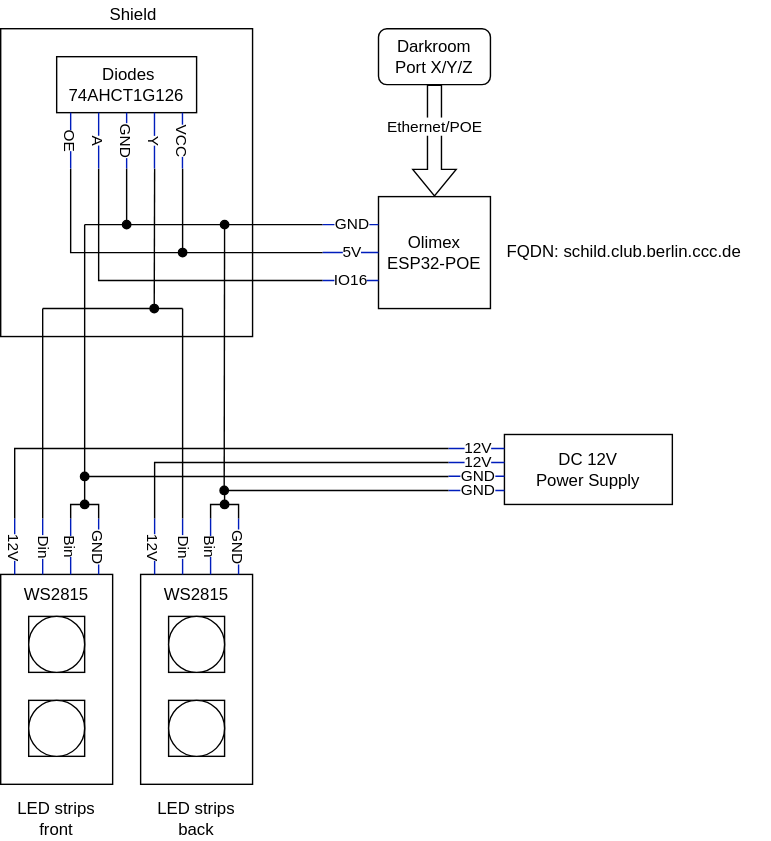
Above: electronics.drawio.svg in cccb/cccb-schild (draw.io), before the change. Source tidied: cells renumbered, new cells last; positions are measured from the earlier drawing's top-left corner, leaving out a move shared by most shapes.
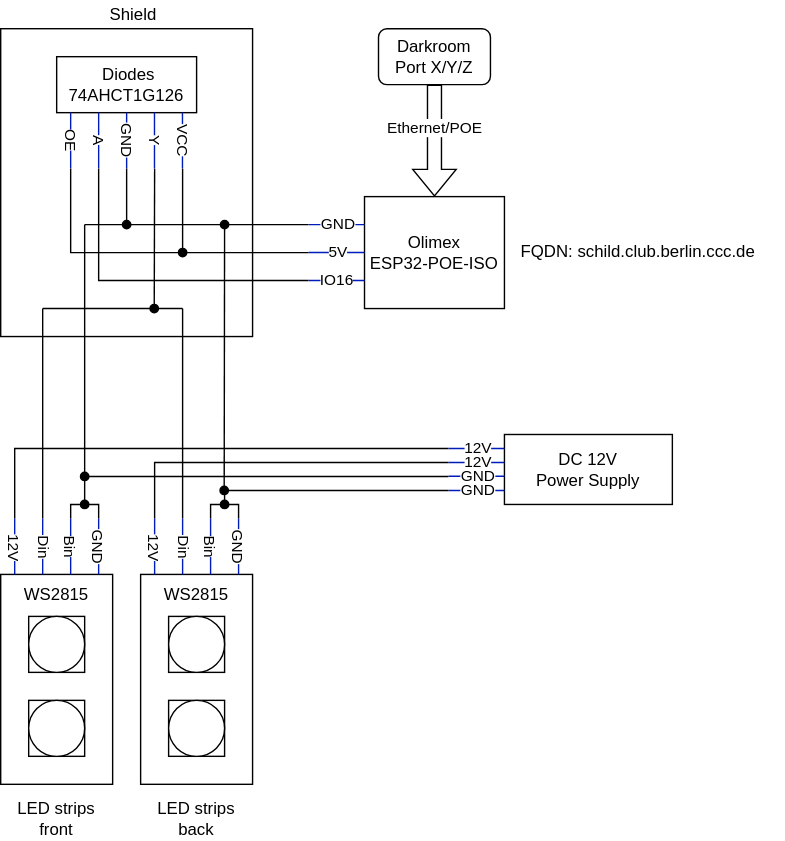
After the change.

The edit, as a diff of the source:
```diff
@@ -5,12 +5,12 @@
     <mxCell id="2" style="rounded=0;whiteSpace=wrap;html=1;fillColor=default;" parent="1" vertex="1">
       <mxGeometry y="20" width="180" height="220" as="geometry" />
     </mxCell>
-    <mxCell id="3" value="Olimex&lt;br&gt;ESP32-POE" style="rounded=0;whiteSpace=wrap;html=1;" parent="1" vertex="1">
-      <mxGeometry x="270" y="140" width="80" height="80" as="geometry" />
+    <mxCell id="3" value="Olimex&lt;br&gt;ESP32-POE-ISO" style="rounded=0;whiteSpace=wrap;html=1;" parent="1" vertex="1">
+      <mxGeometry x="260" y="140" width="100" height="80" as="geometry" />
     </mxCell>
     <mxCell id="4" style="endArrow=none;html=1;rounded=0;entryX=0;entryY=0.25;entryDx=0;entryDy=0;fillColor=#0050ef;strokeColor=#001DBC;" parent="1" edge="1" target="3">
       <mxGeometry relative="1" as="geometry">
-        <mxPoint x="230" y="160" as="sourcePoint" />
+        <mxPoint x="220" y="160" as="sourcePoint" />
       </mxGeometry>
     </mxCell>
     <mxCell id="5" value="GND" style="edgeLabel;html=1;align=center;verticalAlign=middle;" parent="4" vertex="1">
@@ -20,7 +20,7 @@
     </mxCell>
     <mxCell id="6" style="endArrow=none;html=1;rounded=0;exitX=0;exitY=0.75;exitDx=0;exitDy=0;fillColor=#0050ef;strokeColor=#001DBC;" parent="1" edge="1" source="3">
       <mxGeometry relative="1" as="geometry">
-        <mxPoint x="230" y="200" as="targetPoint" />
+        <mxPoint x="220" y="200" as="targetPoint" />
       </mxGeometry>
     </mxCell>
     <mxCell id="7" value="IO16" style="edgeLabel;html=1;align=center;verticalAlign=middle;" parent="6" vertex="1">
@@ -43,7 +43,7 @@
       <mxGeometry x="270" y="20" width="80" height="40" as="geometry" />
     </mxCell>
     <mxCell id="12" value="FQDN: schild.club.berlin.ccc.de" style="text;html=1;strokeColor=none;fillColor=none;align=left;verticalAlign=middle;whiteSpace=wrap;rounded=0;" parent="1" vertex="1">
-      <mxGeometry x="360" y="165" width="190" height="30" as="geometry" />
+      <mxGeometry x="370" y="165" width="190" height="30" as="geometry" />
     </mxCell>
     <mxCell id="13" style="rounded=0;whiteSpace=wrap;html=1;" parent="1" vertex="1">
       <mxGeometry y="410" width="80" height="150" as="geometry" />
@@ -369,7 +369,7 @@
     <mxCell id="74" style="endArrow=none;html=1;rounded=0;" parent="1" edge="1">
       <mxGeometry relative="1" as="geometry">
         <mxPoint x="60" y="160" as="sourcePoint" />
-        <mxPoint x="230" y="160" as="targetPoint" />
+        <mxPoint x="220" y="160" as="targetPoint" />
       </mxGeometry>
     </mxCell>
     <mxCell id="75" style="endArrow=none;html=1;rounded=0;" parent="1" edge="1">
@@ -387,7 +387,7 @@
     <mxCell id="77" style="endArrow=none;html=1;rounded=0;" parent="1" edge="1">
       <mxGeometry relative="1" as="geometry">
         <mxPoint x="70" y="120" as="sourcePoint" />
-        <mxPoint x="230" y="200" as="targetPoint" />
+        <mxPoint x="220" y="200" as="targetPoint" />
         <Array as="points">
           <mxPoint x="70" y="200" />
         </Array>
@@ -395,8 +395,8 @@
     </mxCell>
     <mxCell id="78" style="endArrow=none;html=1;rounded=0;entryX=0;entryY=0.25;entryDx=0;entryDy=0;fillColor=#0050ef;strokeColor=#001DBC;" parent="1" edge="1">
       <mxGeometry relative="1" as="geometry">
-        <mxPoint x="230" y="179.9" as="sourcePoint" />
-        <mxPoint x="270" y="179.9" as="targetPoint" />
+        <mxPoint x="220" y="179.9" as="sourcePoint" />
+        <mxPoint x="260" y="179.9" as="targetPoint" />
       </mxGeometry>
     </mxCell>
     <mxCell id="79" value="5V" style="edgeLabel;html=1;align=center;verticalAlign=middle;" parent="78" vertex="1">
@@ -407,7 +407,7 @@
     <mxCell id="80" style="endArrow=none;html=1;rounded=0;" parent="1" edge="1">
       <mxGeometry relative="1" as="geometry">
         <mxPoint x="130" y="120" as="sourcePoint" />
-        <mxPoint x="230" y="180" as="targetPoint" />
+        <mxPoint x="220" y="180" as="targetPoint" />
         <Array as="points">
           <mxPoint x="130" y="180" />
         </Array>
```
